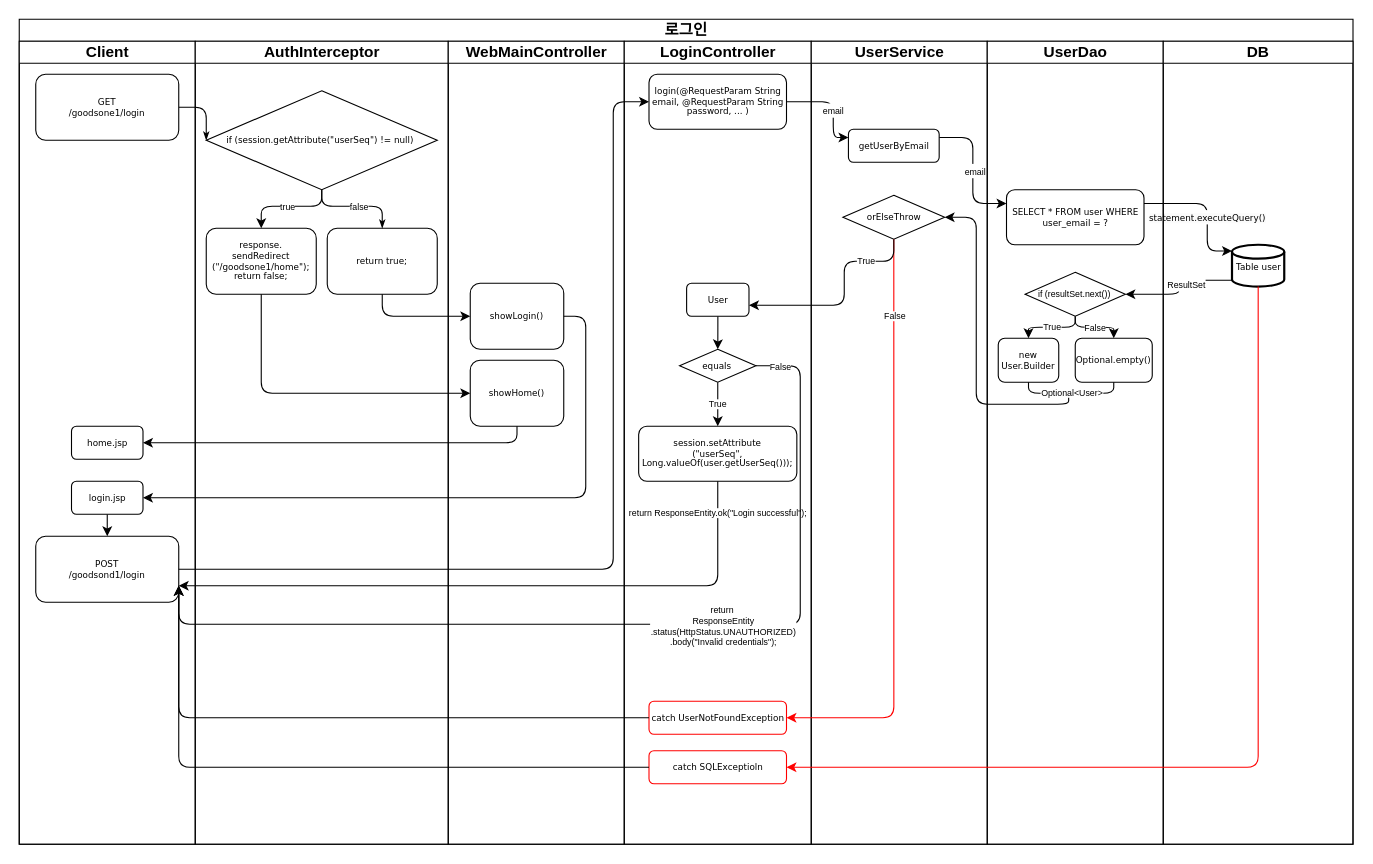
Earlier version of the draw.io diagram 프로젝트/다이어그램/순서도.drawio (HoJinLee96/goodsone). Source tidied: cells renumbered, new cells numbered last; positions are measured from the earlier drawing's top-left corner, leaving out a move shared by most shapes. Both pictures are drawn from the tidied source at 110%, with x=0, y=0 at pixel (19, 19).
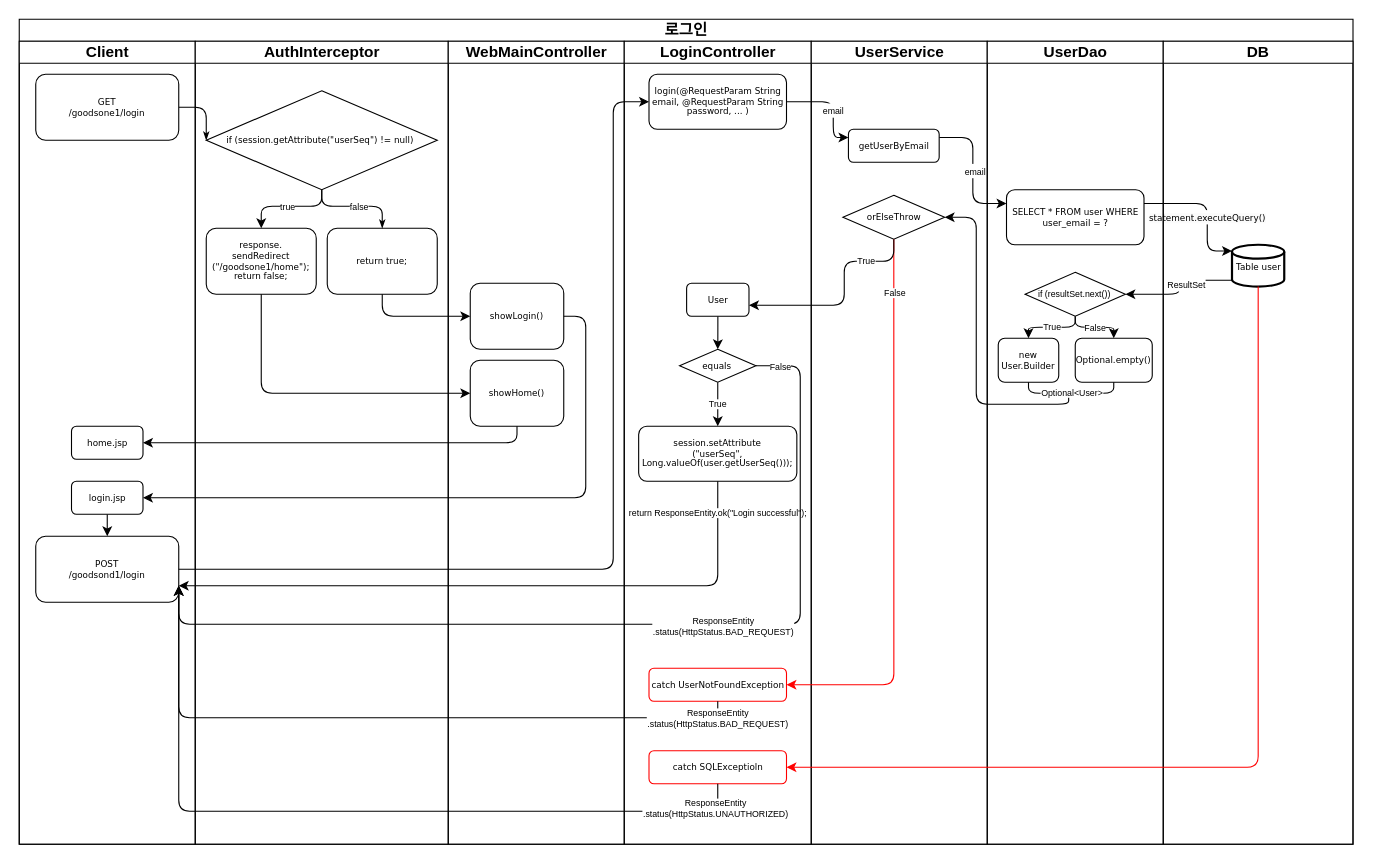
Above is the later version.

The change refers to these unchanged cells:
```xml
<mxCell id="2" value="로그인" style="swimlane;html=1;startSize=20;rounded=0;shadow=0;labelBackgroundColor=none;strokeWidth=1;fontFamily=Verdana;fontSize=14;align=center;" parent="1" vertex="1">
  <mxGeometry width="1212.5" height="750" as="geometry" />
</mxCell>
<mxCell id="9" value="POST&lt;br&gt;/goodsond1/login" style="rounded=1;whiteSpace=wrap;html=1;shadow=0;labelBackgroundColor=none;strokeWidth=1;fontFamily=Verdana;fontSize=8;align=center;" parent="4" vertex="1">
  <mxGeometry x="15" y="450" width="130" height="60" as="geometry" />
</mxCell>
<mxCell id="31" value="LoginController" style="swimlane;html=1;startSize=20;fontSize=14;" parent="2" vertex="1">
  <mxGeometry x="550" y="20" width="170" height="730" as="geometry" />
</mxCell>
<mxCell id="34" value="catch SQLExceptioln" style="rounded=1;whiteSpace=wrap;html=1;shadow=0;labelBackgroundColor=none;strokeWidth=1;fontFamily=Verdana;fontSize=8;align=center;strokeColor=#FF0000;" parent="31" vertex="1">
  <mxGeometry x="22.5" y="645" width="125" height="30" as="geometry" />
</mxCell>
<mxCell id="64" style="edgeStyle=orthogonalEdgeStyle;shape=connector;curved=0;rounded=1;jettySize=auto;html=1;entryX=1;entryY=0.75;entryDx=0;entryDy=0;shadow=0;strokeColor=default;align=center;verticalAlign=middle;fontFamily=Helvetica;fontSize=8;fontColor=default;labelBackgroundColor=default;endArrow=classic;flowAnimation=0;" parent="2" edge="1" source="38" target="9">
  <mxGeometry x="-0.95" y="-15" relative="1" as="geometry">
    <Array as="points">
      <mxPoint x="710" y="315" />
      <mxPoint x="710" y="550" />
      <mxPoint x="145" y="550" />
    </Array>
  </mxGeometry>
</mxCell>
<mxCell id="67" style="edgeStyle=orthogonalEdgeStyle;shape=connector;curved=0;rounded=1;jettySize=auto;html=1;entryX=1;entryY=0.75;entryDx=0;entryDy=0;shadow=0;strokeColor=default;align=center;verticalAlign=middle;fontFamily=Helvetica;fontSize=8;fontColor=default;labelBackgroundColor=default;endArrow=classic;flowAnimation=0;" parent="2" edge="1" source="33" target="9">
  <mxGeometry relative="1" as="geometry">
    <Array as="points">
      <mxPoint x="145" y="635" />
    </Array>
  </mxGeometry>
</mxCell>
```

Change to the diagram source:
```diff
@@
     <mxCell id="33" value="catch UserNotFoundException" style="rounded=1;whiteSpace=wrap;html=1;shadow=0;labelBackgroundColor=none;strokeWidth=1;fontFamily=Verdana;fontSize=8;align=center;strokeColor=#FF0000;" parent="31" vertex="1">
-      <mxGeometry x="22.5" y="600" width="125" height="30" as="geometry" />
+      <mxGeometry x="22.5" y="570" width="125" height="30" as="geometry" />
     </mxCell>
@@
-    <mxCell id="66" value="return&amp;nbsp;&lt;div&gt;ResponseEntity&lt;/div&gt;&lt;div&gt;.status(HttpStatus.UNAUTHORIZED)&lt;div&gt;.body(&quot;Invalid credentials&quot;);&lt;/div&gt;&lt;/div&gt;" style="edgeLabel;html=1;align=center;verticalAlign=middle;rounded=1;shadow=0;strokeColor=default;strokeWidth=1;fontFamily=Helvetica;fontSize=8;fontColor=default;labelBackgroundColor=default;fillColor=default;" parent="64" vertex="1">
+    <mxCell id="66" value="ResponseEntity&lt;div&gt;.status(HttpStatus.BAD_REQUEST)&lt;br&gt;&lt;/div&gt;" style="edgeLabel;html=1;align=center;verticalAlign=middle;rounded=1;shadow=0;strokeColor=default;strokeWidth=1;fontFamily=Helvetica;fontSize=8;fontColor=default;labelBackgroundColor=default;fillColor=default;" parent="64" vertex="1">
       <mxGeometry x="-0.21" y="1" relative="1" as="geometry" />
     </mxCell>
@@
+    <mxCell id="69" value="ResponseEntity&lt;div&gt;.status(HttpStatus.BAD_REQUEST)&lt;/div&gt;" style="edgeLabel;html=1;align=center;verticalAlign=middle;rounded=1;shadow=0;strokeColor=default;strokeWidth=1;fontFamily=Helvetica;fontSize=8;fontColor=default;labelBackgroundColor=default;fillColor=default;" parent="67" vertex="1">
+      <mxGeometry x="-0.85" relative="1" as="geometry">
+        <mxPoint x="31" as="offset" />
+      </mxGeometry>
+    </mxCell>
-    <mxCell id="68" style="edgeStyle=orthogonalEdgeStyle;shape=connector;curved=0;rounded=1;jettySize=auto;html=1;shadow=0;strokeColor=default;align=center;verticalAlign=middle;fontFamily=Helvetica;fontSize=8;fontColor=default;labelBackgroundColor=default;endArrow=classic;flowAnimation=0;entryX=1;entryY=0.75;entryDx=0;entryDy=0;" parent="2" edge="1" source="34" target="9">
+    <mxCell id="68" style="edgeStyle=orthogonalEdgeStyle;shape=connector;curved=0;rounded=1;jettySize=auto;html=1;shadow=0;strokeColor=default;align=center;verticalAlign=middle;fontFamily=Helvetica;fontSize=8;fontColor=default;labelBackgroundColor=default;endArrow=classic;flowAnimation=0;entryX=1;entryY=0.75;entryDx=0;entryDy=0;exitX=0.5;exitY=1;exitDx=0;exitDy=0;" parent="2" edge="1" source="34" target="9">
       <mxGeometry relative="1" as="geometry">
         <Array as="points">
-          <mxPoint x="145" y="680" />
+          <mxPoint x="635" y="720" />
+          <mxPoint x="145" y="720" />
         </Array>
       </mxGeometry>
     </mxCell>
+    <mxCell id="70" value="ResponseEntity&lt;div&gt;.status(HttpStatus.UNAUTHORIZED)&lt;/div&gt;" style="edgeLabel;html=1;align=center;verticalAlign=middle;rounded=1;shadow=0;strokeColor=default;strokeWidth=1;fontFamily=Helvetica;fontSize=8;fontColor=default;labelBackgroundColor=default;fillColor=default;" parent="68" vertex="1">
+      <mxGeometry x="-0.94" y="-3" relative="1" as="geometry" />
+    </mxCell>
```
